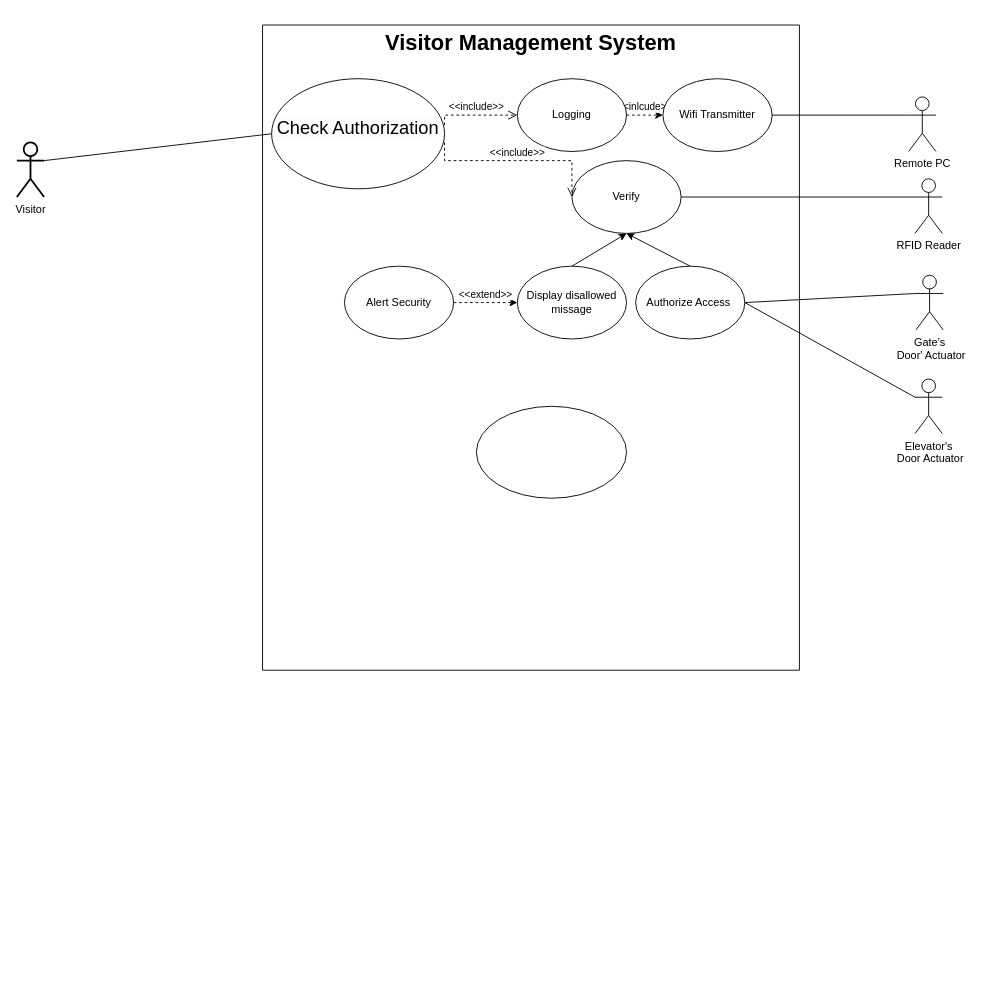
Above: UseCasediagram.drawio in iHaiDeeZ/Arduino (draw.io), before the change. Source tidied: cells renumbered, new cells numbered last; positions are measured from the earlier drawing's top-left corner, leaving out a move shared by most shapes. Both pictures are drawn from the tidied source at 91%, with x=0, y=0 at pixel (16, 25).
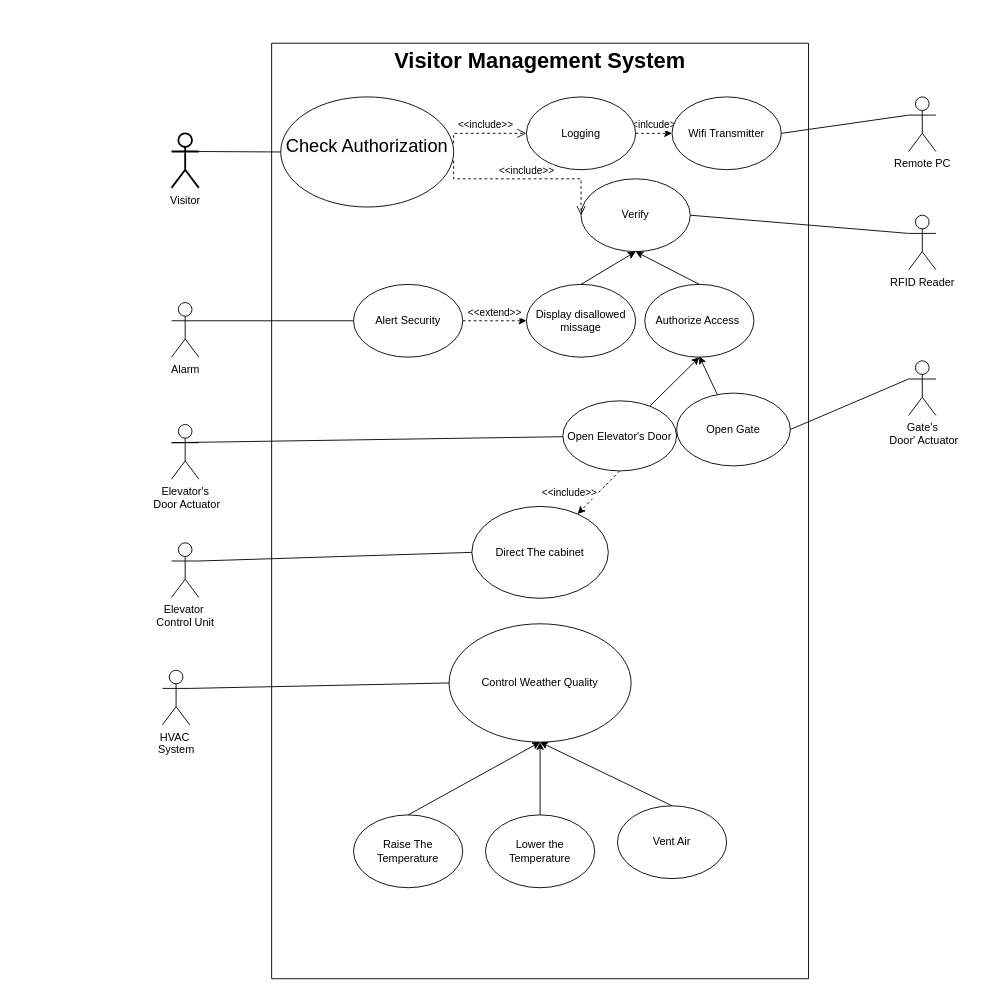
The same page after the edit.

Unchanged cells that the change refers to:
```xml
<mxCell id="12" value="Authorize Access&amp;nbsp;" style="ellipse;whiteSpace=wrap;html=1;" parent="2" vertex="1">
  <mxGeometry x="410" y="265" width="120" height="80" as="geometry" />
</mxCell>
<mxCell id="16" value="Alert Security" style="ellipse;whiteSpace=wrap;html=1;" parent="2" vertex="1">
  <mxGeometry x="90" y="265" width="120" height="80" as="geometry" />
</mxCell>
```

What changed in the source:
```diff
@@
     <mxCell id="2" style="swimlane;startSize=0;" parent="1" vertex="1">
-      <mxGeometry x="270" width="590" height="709" as="geometry" />
+      <mxGeometry x="280" y="20" width="590" height="1028" as="geometry" />
     </mxCell>
@@
+    <mxCell id="28" style="rounded=0;jettySize=auto;html=1;" parent="2" edge="1" source="17">
+      <mxGeometry relative="1" as="geometry">
+        <mxPoint x="470" y="344" as="targetPoint" />
+      </mxGeometry>
+    </mxCell>
-    <mxCell id="17" style="ellipse;whiteSpace=wrap;html=1;" parent="2" vertex="1">
-      <mxGeometry x="235" y="419" width="165" height="101" as="geometry" />
+    <mxCell id="17" value="Open Gate" style="ellipse;whiteSpace=wrap;html=1;" parent="2" vertex="1">
+      <mxGeometry x="445" y="384.5" width="125" height="80" as="geometry" />
     </mxCell>
+    <mxCell id="29" value="&amp;lt;&amp;lt;include&amp;gt;&amp;gt;" style="rounded=0;jettySize=auto;html=1;exitX=0.5;exitY=1;exitDx=0;exitDy=0;dashed=1;labelPosition=left;verticalLabelPosition=middle;align=right;verticalAlign=middle;" parent="2" edge="1" source="31" target="32">
+      <mxGeometry relative="1" as="geometry" />
+    </mxCell>
+    <mxCell id="30" style="rounded=0;jettySize=auto;html=1;entryX=0.5;entryY=1;entryDx=0;entryDy=0;" parent="2" edge="1" source="31" target="12">
+      <mxGeometry relative="1" as="geometry" />
+    </mxCell>
+    <mxCell id="31" value="Open Elevator's Door" style="ellipse;whiteSpace=wrap;html=1;" parent="2" vertex="1">
+      <mxGeometry x="320" y="393" width="125" height="77" as="geometry" />
+    </mxCell>
+    <mxCell id="32" value="Direct The cabinet" style="ellipse;whiteSpace=wrap;html=1;" parent="2" vertex="1">
+      <mxGeometry x="220" y="509" width="150" height="101" as="geometry" />
+    </mxCell>
+    <mxCell id="33" value="Control Weather Quality" style="ellipse;whiteSpace=wrap;html=1;" parent="2" vertex="1">
+      <mxGeometry x="195" y="638" width="200" height="130" as="geometry" />
+    </mxCell>
+    <mxCell id="34" value="Raise The Temperature" style="ellipse;whiteSpace=wrap;html=1;" parent="2" vertex="1">
+      <mxGeometry x="90" y="848" width="120" height="80" as="geometry" />
+    </mxCell>
+    <mxCell id="35" style="edgeStyle=orthogonalEdgeStyle;rounded=0;jettySize=auto;html=1;" parent="2" edge="1" source="36" target="33">
+      <mxGeometry relative="1" as="geometry" />
+    </mxCell>
+    <mxCell id="36" value="Lower the Temperature" style="ellipse;whiteSpace=wrap;html=1;" parent="2" vertex="1">
+      <mxGeometry x="235" y="848" width="120" height="80" as="geometry" />
+    </mxCell>
+    <mxCell id="37" style="rounded=0;jettySize=auto;html=1;exitX=0.5;exitY=0;exitDx=0;exitDy=0;entryX=0.5;entryY=1;entryDx=0;entryDy=0;" parent="2" edge="1" source="38" target="33">
+      <mxGeometry relative="1" as="geometry" />
+    </mxCell>
+    <mxCell id="38" value="Vent Air" style="ellipse;whiteSpace=wrap;html=1;" parent="2" vertex="1">
+      <mxGeometry x="380" y="838" width="120" height="80" as="geometry" />
+    </mxCell>
+    <mxCell id="39" style="endArrow=classic;html=1;rounded=0;entryX=0.5;entryY=1;entryDx=0;entryDy=0;exitX=0.5;exitY=0;exitDx=0;exitDy=0;" parent="2" edge="1" source="34" target="33">
+      <mxGeometry relative="1" as="geometry" />
+    </mxCell>
     <mxCell id="18" value="Visitor" style="shape=umlActor;verticalLabelPosition=bottom;verticalAlign=top;html=1;outlineConnect=0;strokeWidth=2;" parent="1" vertex="1">
-      <mxGeometry y="129" width="30" height="60" as="geometry" />
+      <mxGeometry x="170" y="119" width="30" height="60" as="geometry" />
     </mxCell>
     <mxCell id="19" value="RFID Reader" style="shape=umlActor;verticalLabelPosition=bottom;verticalAlign=top;html=1;outlineConnect=0;" parent="1" vertex="1">
-      <mxGeometry x="987" y="169" width="30" height="60" as="geometry" />
+      <mxGeometry x="980" y="209" width="30" height="60" as="geometry" />
     </mxCell>
@@
     <mxCell id="24" value="Gate's&lt;br&gt;&amp;nbsp;Door' Actuator" style="shape=umlActor;verticalLabelPosition=bottom;verticalAlign=top;html=1;outlineConnect=0;" parent="1" vertex="1">
-      <mxGeometry x="988" y="275" width="30" height="60" as="geometry" />
+      <mxGeometry x="980" y="369" width="30" height="60" as="geometry" />
     </mxCell>
-    <mxCell id="25" style="endArrow=none;html=1;rounded=0;exitX=1;exitY=0.5;exitDx=0;exitDy=0;entryX=0;entryY=0.3333333333333333;entryDx=0;entryDy=0;entryPerimeter=0;" parent="1" edge="1" source="12" target="24">
+    <mxCell id="25" style="endArrow=none;html=1;rounded=0;exitX=1;exitY=0.5;exitDx=0;exitDy=0;entryX=0;entryY=0.3333333333333333;entryDx=0;entryDy=0;entryPerimeter=0;" parent="1" edge="1" source="17" target="24">
       <mxGeometry relative="1" as="geometry" />
     </mxCell>
     <mxCell id="26" value="Elevator's&lt;br&gt;&amp;nbsp;Door Actuator" style="shape=umlActor;verticalLabelPosition=bottom;verticalAlign=top;html=1;outlineConnect=0;" parent="1" vertex="1">
-      <mxGeometry x="987" y="389" width="30" height="60" as="geometry" />
+      <mxGeometry x="170" y="439" width="30" height="60" as="geometry" />
     </mxCell>
-    <mxCell id="27" style="endArrow=none;html=1;rounded=0;entryX=0;entryY=0.3333333333333333;entryDx=0;entryDy=0;entryPerimeter=0;exitX=1;exitY=0.5;exitDx=0;exitDy=0;" parent="1" edge="1" source="12" target="26">
+    <mxCell id="27" style="endArrow=none;html=1;rounded=0;entryX=0;entryY=0.3333333333333333;entryDx=0;entryDy=0;entryPerimeter=0;" parent="1" edge="1" source="31" target="26">
       <mxGeometry relative="1" as="geometry" />
     </mxCell>
+    <mxCell id="40" value="Alarm" style="shape=umlActor;verticalLabelPosition=bottom;verticalAlign=top;html=1;outlineConnect=0;" parent="1" vertex="1">
+      <mxGeometry x="170" y="305" width="30" height="60" as="geometry" />
+    </mxCell>
+    <mxCell id="41" style="endArrow=none;html=1;rounded=0;exitX=1;exitY=0.3333333333333333;exitDx=0;exitDy=0;exitPerimeter=0;entryX=0;entryY=0.5;entryDx=0;entryDy=0;" parent="1" edge="1" source="40" target="16">
+      <mxGeometry relative="1" as="geometry" />
+    </mxCell>
+    <mxCell id="42" value="Elevator&amp;nbsp;&lt;br&gt;Control Unit" style="shape=umlActor;verticalLabelPosition=bottom;verticalAlign=top;html=1;outlineConnect=0;" parent="1" vertex="1">
+      <mxGeometry x="170" y="569" width="30" height="60" as="geometry" />
+    </mxCell>
+    <mxCell id="43" style="endArrow=none;html=1;rounded=0;exitX=1;exitY=0.3333333333333333;exitDx=0;exitDy=0;exitPerimeter=0;entryX=0;entryY=0.5;entryDx=0;entryDy=0;" parent="1" edge="1" source="42" target="32">
+      <mxGeometry relative="1" as="geometry" />
+    </mxCell>
+    <mxCell id="44" value="HVAC&amp;nbsp;&lt;br&gt;System" style="shape=umlActor;verticalLabelPosition=bottom;verticalAlign=top;html=1;outlineConnect=0;" parent="1" vertex="1">
+      <mxGeometry x="160" y="709" width="30" height="60" as="geometry" />
+    </mxCell>
+    <mxCell id="45" style="endArrow=none;html=1;rounded=0;exitX=1;exitY=0.3333333333333333;exitDx=0;exitDy=0;exitPerimeter=0;entryX=0;entryY=0.5;entryDx=0;entryDy=0;" parent="1" edge="1" source="44" target="33">
+      <mxGeometry relative="1" as="geometry" />
+    </mxCell>
```
